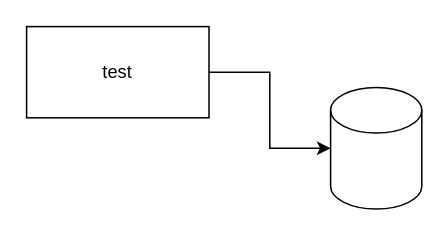
Earlier version of the draw.io diagram test.drawio (RickCogley/bliss-test). Source tidied: cells renumbered, new cells numbered last; positions are measured from the earlier drawing's top-left corner, leaving out a move shared by most shapes. Both pictures are drawn from the tidied source at 152%, with x=0, y=0 at pixel (26, 26).
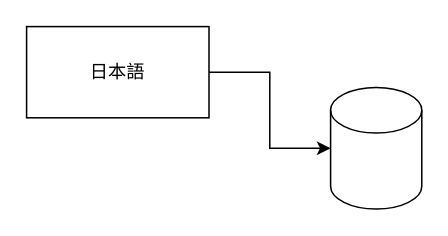
The same diagram, later.

Diff of the diagram source:
```diff
@@
 <mxGraphModel>
   <root>
     <mxCell id="0" />
     <mxCell id="1" parent="0" />
     <mxCell id="2" style="edgeStyle=orthogonalEdgeStyle;rounded=0;jettySize=auto;html=1;" parent="1" edge="1" source="3" target="4">
       <mxGeometry relative="1" as="geometry" />
     </mxCell>
-    <mxCell id="3" value="test" style="rounded=0;whiteSpace=wrap;html=1;" parent="1" vertex="1">
+    <mxCell id="3" value="日本語" style="rounded=0;whiteSpace=wrap;html=1;" parent="1" vertex="1">
       <mxGeometry width="120" height="60" as="geometry" />
     </mxCell>
     <mxCell id="4" style="shape=cylinder3;whiteSpace=wrap;html=1;boundedLbl=1;backgroundOutline=1;size=15;" parent="1" vertex="1">
       <mxGeometry x="200" y="40" width="60" height="80" as="geometry" />
     </mxCell>
   </root>
 </mxGraphModel>
```
